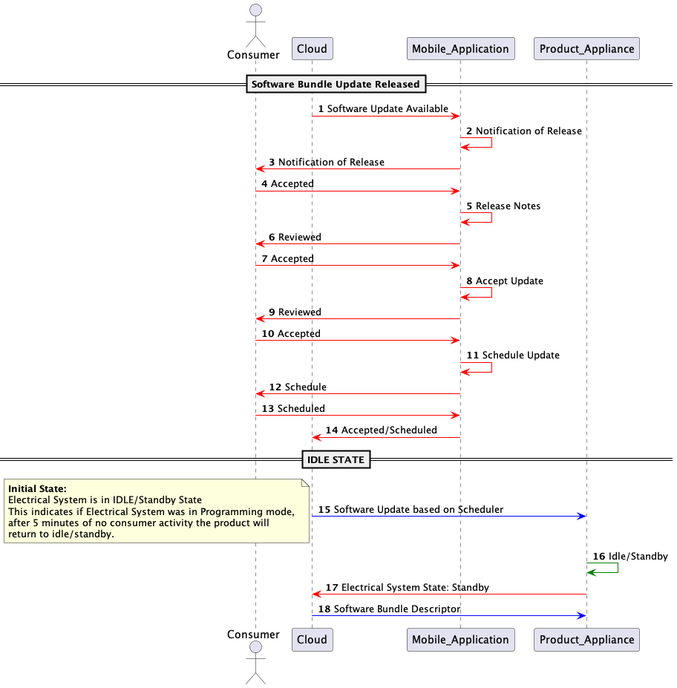
The PlantUML diagram Over the Air Updates/Document Formats/out/user_interaction_sequence_diagram/user_interaction_sequence.png in wjelston/wallaceelston.github.io, before a commit.
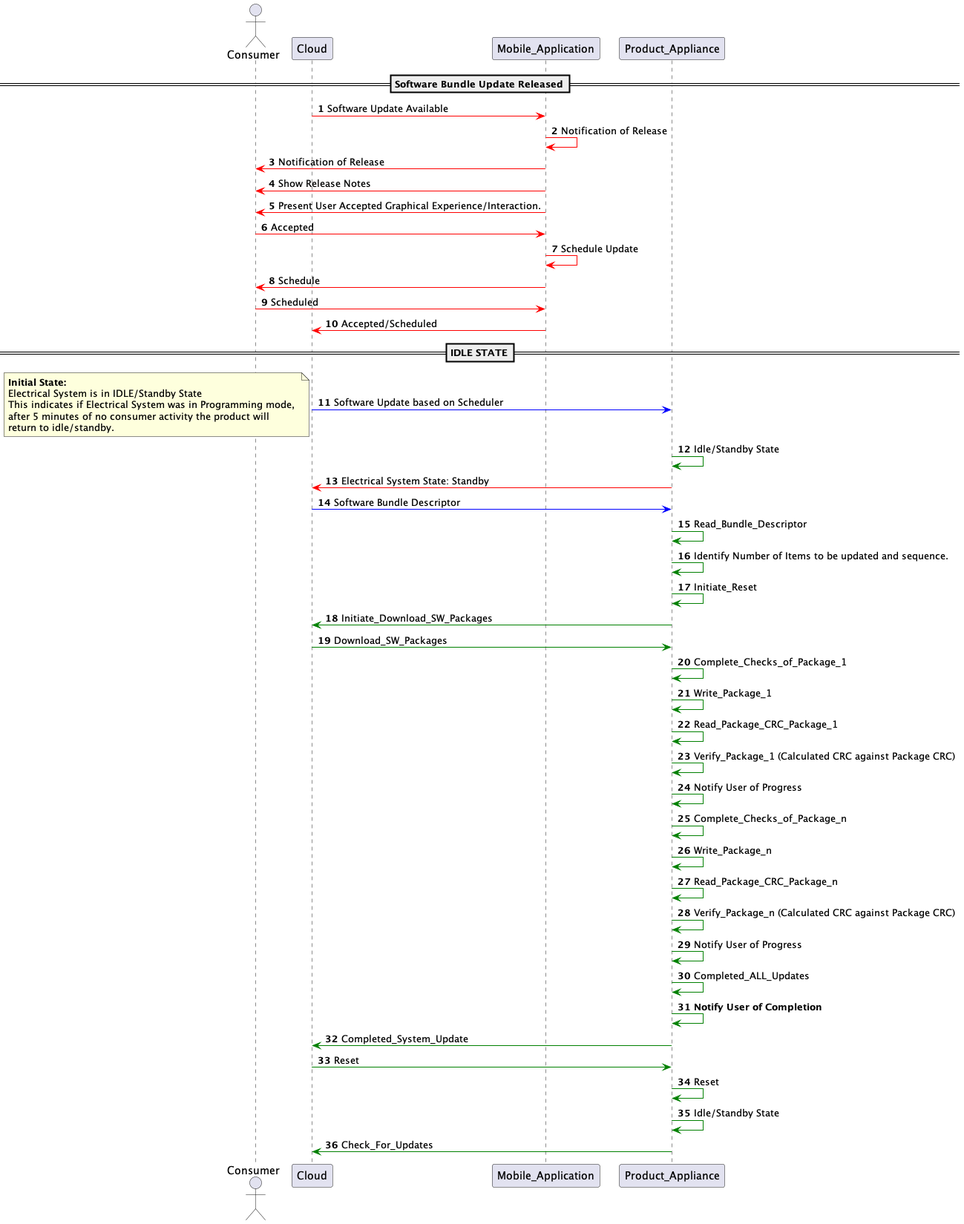
Above is the later version.

Commit message:
Updated Sequence Diagram of System

What changed in the source:
```diff
@@ -6,12 +6,8 @@
     Cloud -[#red]> Mobile_Application : Software Update Available
     Mobile_Application -[#red]> Mobile_Application : Notification of Release
     Mobile_Application -[#red]> Consumer : Notification of Release
-    Consumer -[#red]> Mobile_Application : Accepted
-    Mobile_Application -[#red]> Mobile_Application : Release Notes
-    Mobile_Application -[#red]> Consumer : Reviewed
-    Consumer -[#red]> Mobile_Application : Accepted
-    Mobile_Application -[#red]> Mobile_Application : Accept Update
-    Mobile_Application -[#red]> Consumer : Reviewed
+    Mobile_Application -[#red]> Consumer : Show Release Notes
+    Mobile_Application -[#red]> Consumer : Present User Accepted Graphical Experience/Interaction.
     Consumer -[#red]> Mobile_Application : Accepted
     Mobile_Application -[#red]> Mobile_Application : Schedule Update
     Mobile_Application -[#red]> Consumer : Schedule
@@ -28,8 +24,29 @@
     after 5 minutes of no consumer activity the product will
     return to idle/standby.
     end note
-    Product_Appliance -[#Green]> Product_Appliance : Idle/Standby
+    Product_Appliance -[#Green]> Product_Appliance : Idle/Standby State
     Product_Appliance -[#red]> Cloud: Electrical System State: Standby
     Cloud -[#blue]> Product_Appliance: Software Bundle Descriptor
-
+    Product_Appliance -[#Green]> Product_Appliance : Read_Bundle_Descriptor
+    Product_Appliance -[#Green]> Product_Appliance : Identify Number of Items to be updated and sequence.
+    Product_Appliance -[#Green]> Product_Appliance : Initiate_Reset
+    Product_Appliance -[#Green]> Cloud : Initiate_Download_SW_Packages
+    Cloud -[#Green]> Product_Appliance : Download_SW_Packages
+    Product_Appliance -[#Green]> Product_Appliance : Complete_Checks_of_Package_1
+    Product_Appliance -[#Green]> Product_Appliance : Write_Package_1
+    Product_Appliance -[#Green]> Product_Appliance : Read_Package_CRC_Package_1
+    Product_Appliance -[#Green]> Product_Appliance : Verify_Package_1 (Calculated CRC against Package CRC)
+    Product_Appliance -[#Green]> Product_Appliance : Notify User of Progress
+    Product_Appliance -[#Green]> Product_Appliance : Complete_Checks_of_Package_n
+    Product_Appliance -[#Green]> Product_Appliance : Write_Package_n
+    Product_Appliance -[#Green]> Product_Appliance : Read_Package_CRC_Package_n
+    Product_Appliance -[#Green]> Product_Appliance : Verify_Package_n (Calculated CRC against Package CRC)
+    Product_Appliance -[#Green]> Product_Appliance : Notify User of Progress
+    Product_Appliance -[#Green]> Product_Appliance : Completed_ALL_Updates
+    Product_Appliance -[#Green]> Product_Appliance : **Notify User of Completion**
+    Product_Appliance -[#Green]> Cloud : Completed_System_Update
+    Cloud -[#Green]> Product_Appliance: Reset
+    Product_Appliance -[#Green]> Product_Appliance : Reset
+    Product_Appliance -[#Green]> Product_Appliance : Idle/Standby State
+    Product_Appliance -[#Green]> Cloud : Check_For_Updates
 @enduml
```
